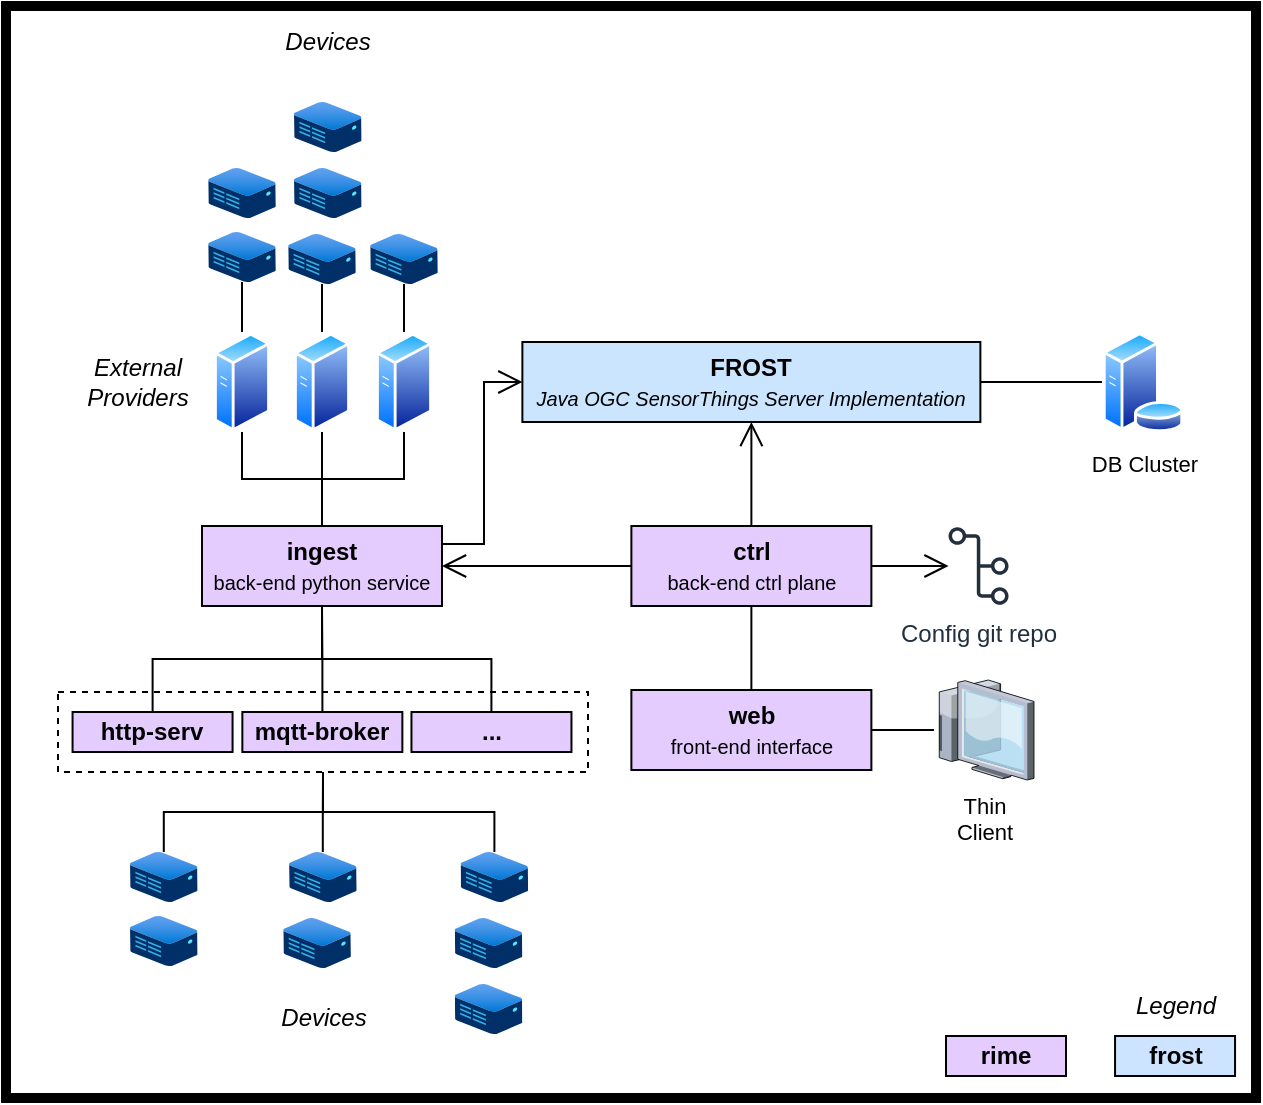
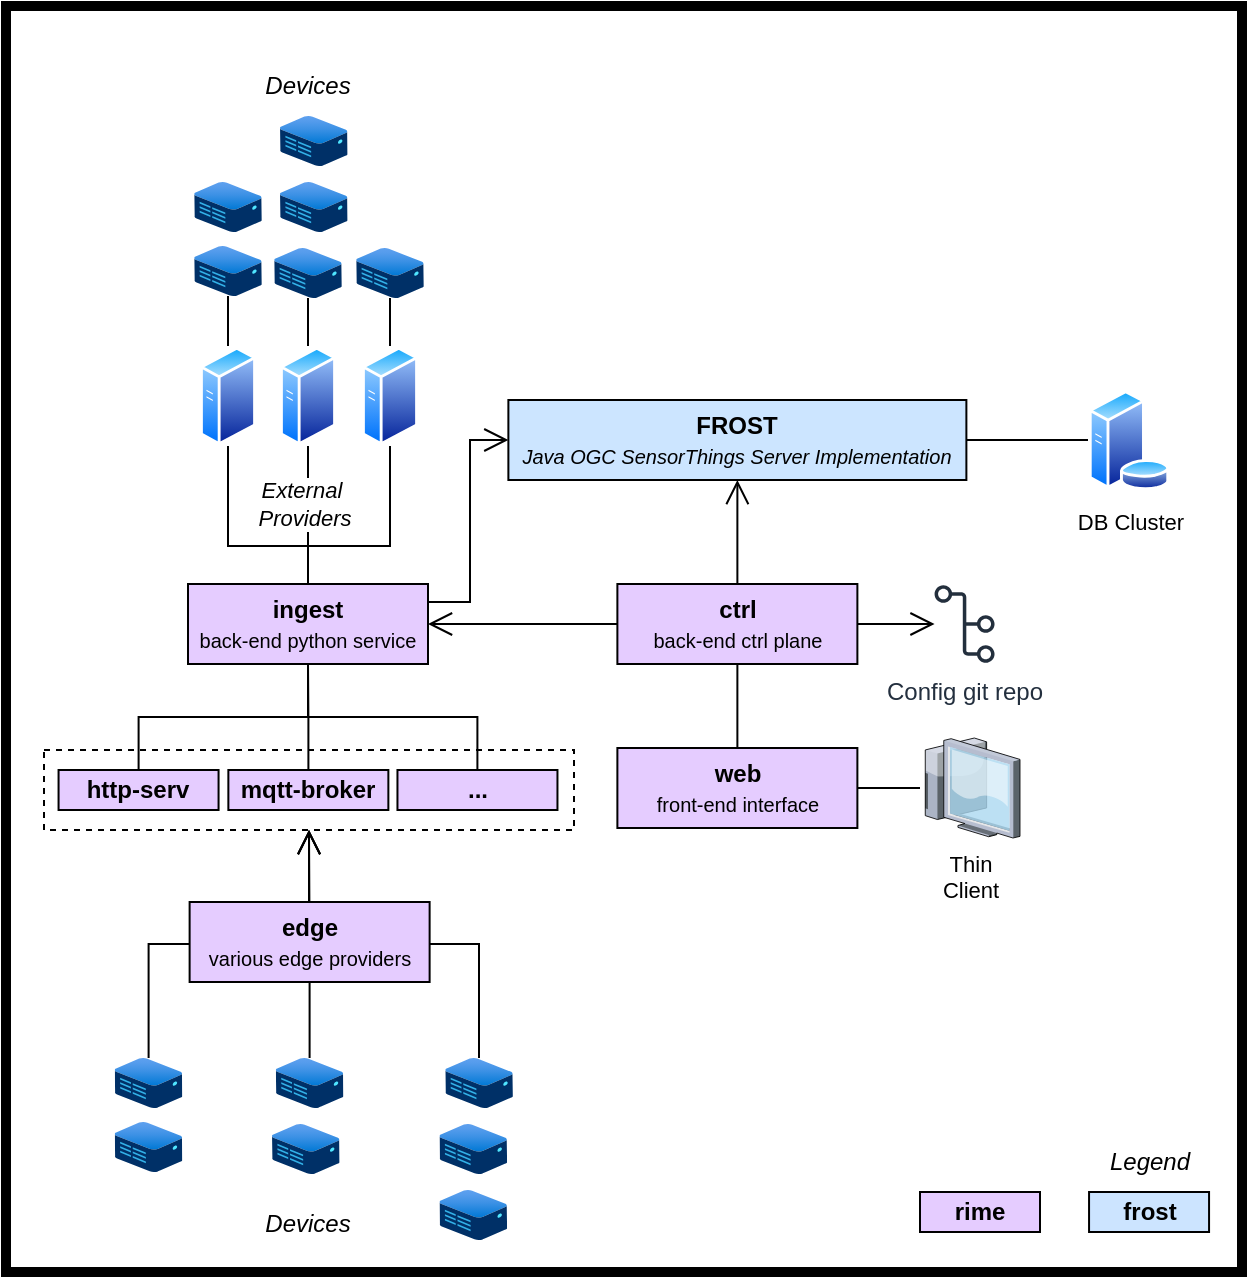
<mxfile host="app.diagrams.net" scale="0.8" border="0">
  <diagram name="Page-1" id="FRkBctHUCbk6sXNeOlSe">
-     <mxGraphModel dx="-1084" dy="790" grid="0" gridSize="10" guides="1" tooltips="1" connect="1" arrows="1" fold="1" page="1" pageScale="1" pageWidth="827" pageHeight="1169" background="none" math="0" shadow="0">
+     <mxGraphModel dx="-434" dy="830" grid="0" gridSize="10" guides="1" tooltips="1" connect="1" arrows="1" fold="1" page="1" pageScale="1" pageWidth="827" pageHeight="1169" background="none" math="0" shadow="0">
      <root>
        <mxCell id="0" />
        <mxCell id="1" parent="0" />
        <mxCell id="keiJSnuBvgFCZjrPXbeK-50" parent="1" style="rounded=0;whiteSpace=wrap;html=1;fillColor=none;strokeWidth=5;" value="" vertex="1">
-           <mxGeometry height="546" width="625" x="1758" y="308" as="geometry" />
+           <mxGeometry height="633" width="618" x="1765" y="279" as="geometry" />
        </mxCell>
-         <mxCell id="hl3P9jiqd4gxJIHttIGj-1" parent="1" style="text;html=1;whiteSpace=wrap;strokeColor=none;fillColor=none;align=center;verticalAlign=middle;rounded=0;" value="&lt;div&gt;&lt;i&gt;External&lt;/i&gt;&lt;/div&gt;&lt;i&gt;Providers&lt;/i&gt;" vertex="1">
-           <mxGeometry height="30" width="60" x="1793.81" y="481" as="geometry" />
+         <mxCell id="QvPYBkzNcv6HCqRQkvRc-7" edge="1" parent="1" source="hl3P9jiqd4gxJIHttIGj-2" style="edgeStyle=orthogonalEdgeStyle;rounded=0;orthogonalLoop=1;jettySize=auto;html=1;endArrow=none;endFill=0;" target="hl3P9jiqd4gxJIHttIGj-8">
+           <mxGeometry relative="1" as="geometry" />
        </mxCell>
-         <mxCell id="hl3P9jiqd4gxJIHttIGj-7" edge="1" parent="1" source="hl3P9jiqd4gxJIHttIGj-2" style="edgeStyle=orthogonalEdgeStyle;rounded=0;orthogonalLoop=1;jettySize=auto;html=1;endArrow=none;endFill=0;" target="hl3P9jiqd4gxJIHttIGj-8">
-           <mxGeometry relative="1" as="geometry">
-             <mxPoint x="1915.9999999999998" y="564" as="targetPoint" />
+         <mxCell id="QvPYBkzNcv6HCqRQkvRc-10" connectable="0" parent="QvPYBkzNcv6HCqRQkvRc-7" style="edgeLabel;html=1;align=center;verticalAlign=middle;resizable=0;points=[];labelBackgroundColor=default;" value="&lt;i&gt;External&amp;nbsp;&lt;/i&gt;&lt;div&gt;&lt;i&gt;Providers&lt;/i&gt;&lt;/div&gt;" vertex="1">
+           <mxGeometry relative="1" x="-0.4928" as="geometry">
+             <mxPoint x="-2" y="11" as="offset" />
          </mxGeometry>
        </mxCell>
        <mxCell id="hl3P9jiqd4gxJIHttIGj-2" parent="1" style="image;aspect=fixed;perimeter=ellipsePerimeter;html=1;align=center;shadow=0;dashed=0;spacingTop=3;image=img/lib/active_directory/generic_server.svg;" value="" vertex="1">
-           <mxGeometry height="50" width="28.000000000000004" x="1902" y="471" as="geometry" />
+           <mxGeometry height="50" width="28.000000000000004" x="1902" y="449" as="geometry" />
        </mxCell>
        <mxCell id="hl3P9jiqd4gxJIHttIGj-5" edge="1" parent="1" source="hl3P9jiqd4gxJIHttIGj-3" style="edgeStyle=orthogonalEdgeStyle;rounded=0;orthogonalLoop=1;jettySize=auto;html=1;endArrow=none;endFill=0;" target="hl3P9jiqd4gxJIHttIGj-2">
          <mxGeometry relative="1" as="geometry" />
        </mxCell>
        <mxCell id="hl3P9jiqd4gxJIHttIGj-3" parent="1" style="image;aspect=fixed;html=1;points=[];align=center;fontSize=12;image=img/lib/azure2/other/Defender_Sensor.svg;" value="" vertex="1">
-           <mxGeometry height="25" width="33.81" x="1899.1" y="422" as="geometry" />
+           <mxGeometry height="25" width="33.81" x="1899.1" y="400" as="geometry" />
        </mxCell>
        <mxCell id="hl3P9jiqd4gxJIHttIGj-4" parent="1" style="text;html=1;whiteSpace=wrap;strokeColor=none;fillColor=none;align=center;verticalAlign=middle;rounded=0;" value="&lt;i&gt;Devices&lt;/i&gt;" vertex="1">
-           <mxGeometry height="30" width="60" x="1888.91" y="311" as="geometry" />
+           <mxGeometry height="30" width="60" x="1886" y="304" as="geometry" />
        </mxCell>
        <mxCell id="hl3P9jiqd4gxJIHttIGj-10" edge="1" parent="1" source="hl3P9jiqd4gxJIHttIGj-8" style="edgeStyle=orthogonalEdgeStyle;rounded=0;orthogonalLoop=1;jettySize=auto;html=1;endArrow=open;endFill=0;endSize=10;" target="hl3P9jiqd4gxJIHttIGj-9">
          <mxGeometry relative="1" as="geometry">
            <Array as="points">
              <mxPoint x="1997" y="577" />
              <mxPoint x="1997" y="496" />
            </Array>
          </mxGeometry>
        </mxCell>
        <mxCell id="hl3P9jiqd4gxJIHttIGj-8" parent="1" style="rounded=0;whiteSpace=wrap;html=1;fillColor=#E5CCFF;" value="&lt;b&gt;ingest&lt;/b&gt;&lt;div&gt;&lt;font size=&quot;1&quot;&gt;back-end python service&lt;/font&gt;&lt;/div&gt;" vertex="1">
          <mxGeometry height="40" width="120" x="1856" y="568" as="geometry" />
        </mxCell>
        <mxCell id="keiJSnuBvgFCZjrPXbeK-42" edge="1" parent="1" source="hl3P9jiqd4gxJIHttIGj-9" style="edgeStyle=orthogonalEdgeStyle;shape=connector;rounded=0;orthogonalLoop=1;jettySize=auto;html=1;strokeColor=default;align=center;verticalAlign=middle;fontFamily=Helvetica;fontSize=11;fontColor=default;labelBackgroundColor=default;endArrow=none;endFill=0;" target="keiJSnuBvgFCZjrPXbeK-41">
          <mxGeometry relative="1" as="geometry" />
        </mxCell>
        <mxCell id="hl3P9jiqd4gxJIHttIGj-9" parent="1" style="rounded=0;whiteSpace=wrap;html=1;fillColor=#CCE5FF;" value="&lt;b&gt;FROST&lt;/b&gt;&lt;div&gt;&lt;font size=&quot;1&quot;&gt;&lt;i&gt;Java OGC SensorThings Server Implementation&lt;/i&gt;&lt;/font&gt;&lt;/div&gt;" vertex="1">
          <mxGeometry height="40" width="229" x="2016.19" y="476" as="geometry" />
        </mxCell>
-         <mxCell id="keiJSnuBvgFCZjrPXbeK-12" edge="1" parent="1" source="keiJSnuBvgFCZjrPXbeK-1" style="edgeStyle=orthogonalEdgeStyle;shape=connector;rounded=0;orthogonalLoop=1;jettySize=auto;html=1;strokeColor=default;align=center;verticalAlign=middle;fontFamily=Helvetica;fontSize=11;fontColor=default;labelBackgroundColor=default;endArrow=none;endFill=0;" target="hl3P9jiqd4gxJIHttIGj-8">
-           <mxGeometry relative="1" as="geometry" />
+         <mxCell id="QvPYBkzNcv6HCqRQkvRc-8" edge="1" parent="1" source="keiJSnuBvgFCZjrPXbeK-1" style="edgeStyle=orthogonalEdgeStyle;rounded=0;orthogonalLoop=1;jettySize=auto;html=1;endArrow=none;endFill=0;" target="hl3P9jiqd4gxJIHttIGj-8">
+           <mxGeometry relative="1" as="geometry">
+             <Array as="points">
+               <mxPoint x="1876" y="549" />
+               <mxPoint x="1916" y="549" />
+             </Array>
+           </mxGeometry>
        </mxCell>
        <mxCell id="keiJSnuBvgFCZjrPXbeK-1" parent="1" style="image;aspect=fixed;perimeter=ellipsePerimeter;html=1;align=center;shadow=0;dashed=0;spacingTop=3;image=img/lib/active_directory/generic_server.svg;" value="" vertex="1">
-           <mxGeometry height="50" width="28.000000000000004" x="1862" y="471" as="geometry" />
+           <mxGeometry height="50" width="28.000000000000004" x="1862" y="449" as="geometry" />
        </mxCell>
        <mxCell id="keiJSnuBvgFCZjrPXbeK-11" edge="1" parent="1" source="keiJSnuBvgFCZjrPXbeK-2" style="edgeStyle=orthogonalEdgeStyle;shape=connector;rounded=0;orthogonalLoop=1;jettySize=auto;html=1;strokeColor=default;align=center;verticalAlign=middle;fontFamily=Helvetica;fontSize=11;fontColor=default;labelBackgroundColor=default;endArrow=none;endFill=0;" target="keiJSnuBvgFCZjrPXbeK-8">
          <mxGeometry relative="1" as="geometry" />
        </mxCell>
-         <mxCell id="keiJSnuBvgFCZjrPXbeK-13" edge="1" parent="1" source="keiJSnuBvgFCZjrPXbeK-2" style="edgeStyle=orthogonalEdgeStyle;shape=connector;rounded=0;orthogonalLoop=1;jettySize=auto;html=1;strokeColor=default;align=center;verticalAlign=middle;fontFamily=Helvetica;fontSize=11;fontColor=default;labelBackgroundColor=default;endArrow=none;endFill=0;" target="hl3P9jiqd4gxJIHttIGj-8">
-           <mxGeometry relative="1" as="geometry" />
+         <mxCell id="QvPYBkzNcv6HCqRQkvRc-9" edge="1" parent="1" source="keiJSnuBvgFCZjrPXbeK-2" style="edgeStyle=orthogonalEdgeStyle;rounded=0;orthogonalLoop=1;jettySize=auto;html=1;endArrow=none;endFill=0;" target="hl3P9jiqd4gxJIHttIGj-8">
+           <mxGeometry relative="1" as="geometry">
+             <Array as="points">
+               <mxPoint x="1957" y="549" />
+               <mxPoint x="1916" y="549" />
+             </Array>
+           </mxGeometry>
        </mxCell>
        <mxCell id="keiJSnuBvgFCZjrPXbeK-2" parent="1" style="image;aspect=fixed;perimeter=ellipsePerimeter;html=1;align=center;shadow=0;dashed=0;spacingTop=3;image=img/lib/active_directory/generic_server.svg;" value="" vertex="1">
-           <mxGeometry height="50" width="28.000000000000004" x="1943" y="471" as="geometry" />
+           <mxGeometry height="50" width="28.000000000000004" x="1943" y="449" as="geometry" />
        </mxCell>
        <mxCell id="keiJSnuBvgFCZjrPXbeK-3" parent="1" style="image;aspect=fixed;html=1;points=[];align=center;fontSize=12;image=img/lib/azure2/other/Defender_Sensor.svg;" value="" vertex="1">
-           <mxGeometry height="25" width="33.81" x="1902" y="389" as="geometry" />
+           <mxGeometry height="25" width="33.81" x="1902" y="367" as="geometry" />
        </mxCell>
        <mxCell id="keiJSnuBvgFCZjrPXbeK-4" parent="1" style="image;aspect=fixed;html=1;points=[];align=center;fontSize=12;image=img/lib/azure2/other/Defender_Sensor.svg;" value="" vertex="1">
-           <mxGeometry height="25" width="33.81" x="1902" y="356" as="geometry" />
+           <mxGeometry height="25" width="33.81" x="1902" y="334" as="geometry" />
        </mxCell>
        <mxCell id="keiJSnuBvgFCZjrPXbeK-6" edge="1" parent="1" source="keiJSnuBvgFCZjrPXbeK-5" style="edgeStyle=orthogonalEdgeStyle;rounded=0;orthogonalLoop=1;jettySize=auto;html=1;endArrow=none;endFill=0;" target="keiJSnuBvgFCZjrPXbeK-1">
          <mxGeometry relative="1" as="geometry" />
        </mxCell>
        <mxCell id="keiJSnuBvgFCZjrPXbeK-5" parent="1" style="image;aspect=fixed;html=1;points=[];align=center;fontSize=12;image=img/lib/azure2/other/Defender_Sensor.svg;" value="" vertex="1">
-           <mxGeometry height="25" width="33.81" x="1859.1" y="421" as="geometry" />
+           <mxGeometry height="25" width="33.81" x="1859.1" y="399" as="geometry" />
        </mxCell>
        <mxCell id="keiJSnuBvgFCZjrPXbeK-7" parent="1" style="image;aspect=fixed;html=1;points=[];align=center;fontSize=12;image=img/lib/azure2/other/Defender_Sensor.svg;" value="" vertex="1">
-           <mxGeometry height="25" width="33.81" x="1859.1" y="389" as="geometry" />
+           <mxGeometry height="25" width="33.81" x="1859.1" y="367" as="geometry" />
        </mxCell>
        <mxCell id="keiJSnuBvgFCZjrPXbeK-8" parent="1" style="image;aspect=fixed;html=1;points=[];align=center;fontSize=12;image=img/lib/azure2/other/Defender_Sensor.svg;" value="" vertex="1">
-           <mxGeometry height="25" width="33.81" x="1940.1" y="422" as="geometry" />
+           <mxGeometry height="25" width="33.81" x="1940.1" y="400" as="geometry" />
        </mxCell>
        <mxCell id="keiJSnuBvgFCZjrPXbeK-37" edge="1" parent="1" source="keiJSnuBvgFCZjrPXbeK-14" style="edgeStyle=orthogonalEdgeStyle;shape=connector;rounded=0;orthogonalLoop=1;jettySize=auto;html=1;strokeColor=default;align=center;verticalAlign=middle;fontFamily=Helvetica;fontSize=11;fontColor=default;labelBackgroundColor=default;endArrow=open;endFill=0;endSize=10;" target="hl3P9jiqd4gxJIHttIGj-8">
          <mxGeometry relative="1" as="geometry" />
        </mxCell>
        <mxCell id="keiJSnuBvgFCZjrPXbeK-38" edge="1" parent="1" source="keiJSnuBvgFCZjrPXbeK-14" style="edgeStyle=orthogonalEdgeStyle;shape=connector;rounded=0;orthogonalLoop=1;jettySize=auto;html=1;strokeColor=default;align=center;verticalAlign=middle;fontFamily=Helvetica;fontSize=11;fontColor=default;labelBackgroundColor=default;endArrow=none;endFill=0;" target="keiJSnuBvgFCZjrPXbeK-36">
          <mxGeometry relative="1" as="geometry" />
        </mxCell>
        <mxCell id="keiJSnuBvgFCZjrPXbeK-39" edge="1" parent="1" source="keiJSnuBvgFCZjrPXbeK-14" style="edgeStyle=orthogonalEdgeStyle;shape=connector;rounded=0;orthogonalLoop=1;jettySize=auto;html=1;strokeColor=default;align=center;verticalAlign=middle;fontFamily=Helvetica;fontSize=11;fontColor=default;labelBackgroundColor=default;endArrow=open;endFill=0;endSize=10;" target="hl3P9jiqd4gxJIHttIGj-9">
          <mxGeometry relative="1" as="geometry" />
        </mxCell>
        <mxCell id="keiJSnuBvgFCZjrPXbeK-53" edge="1" parent="1" source="keiJSnuBvgFCZjrPXbeK-14" style="edgeStyle=orthogonalEdgeStyle;shape=connector;rounded=0;orthogonalLoop=1;jettySize=auto;html=1;strokeColor=default;align=center;verticalAlign=middle;fontFamily=Helvetica;fontSize=11;fontColor=default;labelBackgroundColor=default;endArrow=open;endFill=0;endSize=10;" target="keiJSnuBvgFCZjrPXbeK-52">
          <mxGeometry relative="1" as="geometry" />
        </mxCell>
        <mxCell id="keiJSnuBvgFCZjrPXbeK-14" parent="1" style="rounded=0;whiteSpace=wrap;html=1;fillColor=#E5CCFF;" value="&lt;b&gt;ctrl&lt;/b&gt;&lt;div&gt;&lt;font size=&quot;1&quot;&gt;back-end ctrl plane&lt;/font&gt;&lt;/div&gt;" vertex="1">
          <mxGeometry height="40" width="120" x="2070.69" y="568" as="geometry" />
        </mxCell>
        <mxCell id="keiJSnuBvgFCZjrPXbeK-20" edge="1" parent="1" source="keiJSnuBvgFCZjrPXbeK-16" style="edgeStyle=orthogonalEdgeStyle;shape=connector;rounded=0;orthogonalLoop=1;jettySize=auto;html=1;strokeColor=default;align=center;verticalAlign=middle;fontFamily=Helvetica;fontSize=11;fontColor=default;labelBackgroundColor=default;endArrow=none;endFill=0;" target="hl3P9jiqd4gxJIHttIGj-8">
          <mxGeometry relative="1" as="geometry" />
        </mxCell>
        <mxCell id="keiJSnuBvgFCZjrPXbeK-16" parent="1" style="rounded=0;whiteSpace=wrap;html=1;fillColor=#E5CCFF;" value="&lt;div&gt;&lt;b&gt;http-serv&lt;/b&gt;&lt;/div&gt;" vertex="1">
          <mxGeometry height="20" width="80" x="1791.28" y="661" as="geometry" />
        </mxCell>
        <mxCell id="keiJSnuBvgFCZjrPXbeK-21" edge="1" parent="1" source="keiJSnuBvgFCZjrPXbeK-18" style="edgeStyle=orthogonalEdgeStyle;shape=connector;rounded=0;orthogonalLoop=1;jettySize=auto;html=1;strokeColor=default;align=center;verticalAlign=middle;fontFamily=Helvetica;fontSize=11;fontColor=default;labelBackgroundColor=default;endArrow=none;endFill=0;" target="hl3P9jiqd4gxJIHttIGj-8">
          <mxGeometry relative="1" as="geometry" />
        </mxCell>
        <mxCell id="keiJSnuBvgFCZjrPXbeK-18" parent="1" style="rounded=0;whiteSpace=wrap;html=1;fillColor=#E5CCFF;" value="&lt;div&gt;&lt;b&gt;mqtt-broker&lt;/b&gt;&lt;/div&gt;" vertex="1">
          <mxGeometry height="20" width="80" x="1876.18" y="661" as="geometry" />
        </mxCell>
        <mxCell id="keiJSnuBvgFCZjrPXbeK-23" edge="1" parent="1" source="keiJSnuBvgFCZjrPXbeK-22" style="edgeStyle=orthogonalEdgeStyle;shape=connector;rounded=0;orthogonalLoop=1;jettySize=auto;html=1;strokeColor=default;align=center;verticalAlign=middle;fontFamily=Helvetica;fontSize=11;fontColor=default;labelBackgroundColor=default;endArrow=none;endFill=0;" target="hl3P9jiqd4gxJIHttIGj-8">
          <mxGeometry relative="1" as="geometry" />
        </mxCell>
        <mxCell id="keiJSnuBvgFCZjrPXbeK-22" parent="1" style="rounded=0;whiteSpace=wrap;html=1;fillColor=#E5CCFF;" value="&lt;div&gt;&lt;b&gt;...&lt;/b&gt;&lt;/div&gt;" vertex="1">
          <mxGeometry height="20" width="80" x="1960.73" y="661" as="geometry" />
        </mxCell>
        <mxCell id="keiJSnuBvgFCZjrPXbeK-24" parent="1" style="image;aspect=fixed;html=1;points=[];align=center;fontSize=12;image=img/lib/azure2/other/Defender_Sensor.svg;" value="" vertex="1">
-           <mxGeometry height="25" width="33.81" x="1896.64" y="764" as="geometry" />
+           <mxGeometry height="25" width="33.81" x="1898" y="838" as="geometry" />
        </mxCell>
-         <mxCell id="keiJSnuBvgFCZjrPXbeK-34" edge="1" parent="1" source="keiJSnuBvgFCZjrPXbeK-25" style="edgeStyle=orthogonalEdgeStyle;shape=connector;rounded=0;orthogonalLoop=1;jettySize=auto;html=1;strokeColor=default;align=center;verticalAlign=middle;fontFamily=Helvetica;fontSize=11;fontColor=default;labelBackgroundColor=default;endArrow=none;endFill=0;" target="keiJSnuBvgFCZjrPXbeK-28">
+         <mxCell id="QvPYBkzNcv6HCqRQkvRc-13" edge="1" parent="1" source="keiJSnuBvgFCZjrPXbeK-25" style="edgeStyle=orthogonalEdgeStyle;shape=connector;rounded=0;orthogonalLoop=1;jettySize=auto;html=1;strokeColor=default;align=center;verticalAlign=middle;fontFamily=Helvetica;fontSize=11;fontColor=default;labelBackgroundColor=default;endArrow=open;endFill=0;endSize=10;" target="keiJSnuBvgFCZjrPXbeK-28">
          <mxGeometry relative="1" as="geometry" />
        </mxCell>
        <mxCell id="keiJSnuBvgFCZjrPXbeK-25" parent="1" style="image;aspect=fixed;html=1;points=[];align=center;fontSize=12;image=img/lib/azure2/other/Defender_Sensor.svg;" value="" vertex="1">
-           <mxGeometry height="25" width="33.81" x="1899.5400000000002" y="731" as="geometry" />
+           <mxGeometry height="25" width="33.81" x="1899.9" y="805" as="geometry" />
        </mxCell>
        <mxCell id="keiJSnuBvgFCZjrPXbeK-26" parent="1" style="image;aspect=fixed;html=1;points=[];align=center;fontSize=12;image=img/lib/azure2/other/Defender_Sensor.svg;" value="" vertex="1">
-           <mxGeometry height="25" width="33.81" x="1820" y="763" as="geometry" />
+           <mxGeometry height="25" width="33.81" x="1819.36" y="837" as="geometry" />
        </mxCell>
-         <mxCell id="keiJSnuBvgFCZjrPXbeK-33" edge="1" parent="1" source="keiJSnuBvgFCZjrPXbeK-27" style="edgeStyle=orthogonalEdgeStyle;shape=connector;rounded=0;orthogonalLoop=1;jettySize=auto;html=1;strokeColor=default;align=center;verticalAlign=middle;fontFamily=Helvetica;fontSize=11;fontColor=default;labelBackgroundColor=default;endArrow=none;endFill=0;" target="keiJSnuBvgFCZjrPXbeK-28">
+         <mxCell id="QvPYBkzNcv6HCqRQkvRc-12" edge="1" parent="1" source="keiJSnuBvgFCZjrPXbeK-27" style="edgeStyle=orthogonalEdgeStyle;shape=connector;rounded=0;orthogonalLoop=1;jettySize=auto;html=1;strokeColor=default;align=center;verticalAlign=middle;fontFamily=Helvetica;fontSize=11;fontColor=default;labelBackgroundColor=default;endArrow=open;endFill=0;endSize=10;" target="keiJSnuBvgFCZjrPXbeK-28">
          <mxGeometry relative="1" as="geometry" />
        </mxCell>
        <mxCell id="keiJSnuBvgFCZjrPXbeK-27" parent="1" style="image;aspect=fixed;html=1;points=[];align=center;fontSize=12;image=img/lib/azure2/other/Defender_Sensor.svg;" value="" vertex="1">
-           <mxGeometry height="25" width="33.81" x="1820" y="731" as="geometry" />
+           <mxGeometry height="25" width="33.81" x="1819.36" y="805" as="geometry" />
        </mxCell>
        <mxCell id="keiJSnuBvgFCZjrPXbeK-28" parent="1" style="rounded=0;whiteSpace=wrap;html=1;fillColor=none;dashed=1;" value="" vertex="1">
          <mxGeometry height="40" width="265" x="1784" y="651" as="geometry" />
        </mxCell>
        <mxCell id="keiJSnuBvgFCZjrPXbeK-30" parent="1" style="image;aspect=fixed;html=1;points=[];align=center;fontSize=12;image=img/lib/azure2/other/Defender_Sensor.svg;" value="" vertex="1">
-           <mxGeometry height="25" width="33.81" x="1982.38" y="764" as="geometry" />
+           <mxGeometry height="25" width="33.81" x="1981.74" y="838" as="geometry" />
        </mxCell>
-         <mxCell id="keiJSnuBvgFCZjrPXbeK-35" edge="1" parent="1" source="keiJSnuBvgFCZjrPXbeK-31" style="edgeStyle=orthogonalEdgeStyle;shape=connector;rounded=0;orthogonalLoop=1;jettySize=auto;html=1;strokeColor=default;align=center;verticalAlign=middle;fontFamily=Helvetica;fontSize=11;fontColor=default;labelBackgroundColor=default;endArrow=none;endFill=0;" target="keiJSnuBvgFCZjrPXbeK-28">
+         <mxCell id="QvPYBkzNcv6HCqRQkvRc-14" edge="1" parent="1" source="keiJSnuBvgFCZjrPXbeK-31" style="edgeStyle=orthogonalEdgeStyle;shape=connector;rounded=0;orthogonalLoop=1;jettySize=auto;html=1;strokeColor=default;align=center;verticalAlign=middle;fontFamily=Helvetica;fontSize=11;fontColor=default;labelBackgroundColor=default;endArrow=open;endFill=0;endSize=10;" target="keiJSnuBvgFCZjrPXbeK-28">
          <mxGeometry relative="1" as="geometry" />
        </mxCell>
        <mxCell id="keiJSnuBvgFCZjrPXbeK-31" parent="1" style="image;aspect=fixed;html=1;points=[];align=center;fontSize=12;image=img/lib/azure2/other/Defender_Sensor.svg;" value="" vertex="1">
-           <mxGeometry height="25" width="33.81" x="1985.2800000000002" y="731" as="geometry" />
+           <mxGeometry height="25" width="33.81" x="1984.64" y="805" as="geometry" />
        </mxCell>
        <mxCell id="keiJSnuBvgFCZjrPXbeK-32" parent="1" style="image;aspect=fixed;html=1;points=[];align=center;fontSize=12;image=img/lib/azure2/other/Defender_Sensor.svg;" value="" vertex="1">
-           <mxGeometry height="25" width="33.81" x="1982.38" y="797" as="geometry" />
+           <mxGeometry height="25" width="33.81" x="1981.74" y="871" as="geometry" />
        </mxCell>
        <mxCell id="keiJSnuBvgFCZjrPXbeK-36" parent="1" style="rounded=0;whiteSpace=wrap;html=1;fillColor=#E5CCFF;fillStyle=auto;gradientColor=none;" value="&lt;div&gt;&lt;b&gt;web&lt;/b&gt;&lt;/div&gt;&lt;div&gt;&lt;font size=&quot;1&quot;&gt;front-end interface&lt;/font&gt;&lt;/div&gt;" vertex="1">
          <mxGeometry height="40" width="120" x="2070.69" y="650" as="geometry" />
        </mxCell>
        <mxCell id="keiJSnuBvgFCZjrPXbeK-41" parent="1" style="image;aspect=fixed;perimeter=ellipsePerimeter;html=1;align=center;shadow=0;dashed=0;spacingTop=3;image=img/lib/active_directory/database_server.svg;fontFamily=Helvetica;fontSize=11;fontColor=default;labelBackgroundColor=default;" value="DB Cluster" vertex="1">
          <mxGeometry height="50" width="41" x="2306" y="471" as="geometry" />
        </mxCell>
        <mxCell id="keiJSnuBvgFCZjrPXbeK-44" edge="1" parent="1" source="keiJSnuBvgFCZjrPXbeK-43" style="edgeStyle=orthogonalEdgeStyle;shape=connector;rounded=0;orthogonalLoop=1;jettySize=auto;html=1;strokeColor=default;align=center;verticalAlign=middle;fontFamily=Helvetica;fontSize=11;fontColor=default;labelBackgroundColor=default;endArrow=none;endFill=0;" target="keiJSnuBvgFCZjrPXbeK-36">
          <mxGeometry relative="1" as="geometry" />
        </mxCell>
        <mxCell id="keiJSnuBvgFCZjrPXbeK-43" parent="1" style="verticalLabelPosition=bottom;sketch=0;aspect=fixed;html=1;verticalAlign=top;strokeColor=none;align=center;outlineConnect=0;shape=mxgraph.citrix.thin_client;fontFamily=Helvetica;fontSize=11;fontColor=default;labelBackgroundColor=default;" value="Thin&lt;div&gt;Client&lt;/div&gt;" vertex="1">
          <mxGeometry height="50" width="50" x="2222" y="645" as="geometry" />
        </mxCell>
        <mxCell id="keiJSnuBvgFCZjrPXbeK-45" parent="1" style="text;html=1;whiteSpace=wrap;strokeColor=none;fillColor=none;align=center;verticalAlign=middle;rounded=0;" value="&lt;i&gt;Devices&lt;/i&gt;" vertex="1">
-           <mxGeometry height="30" width="60" x="1886.5" y="799" as="geometry" />
+           <mxGeometry height="30" width="60" x="1885.86" y="873" as="geometry" />
        </mxCell>
        <mxCell id="keiJSnuBvgFCZjrPXbeK-47" parent="1" style="rounded=0;whiteSpace=wrap;html=1;fillColor=#E5CCFF;" value="&lt;b&gt;rime&lt;/b&gt;" vertex="1">
-           <mxGeometry height="20" width="60" x="2227.9999999999995" y="823" as="geometry" />
+           <mxGeometry height="20" width="60" x="2221.9999999999995" y="872" as="geometry" />
        </mxCell>
        <mxCell id="keiJSnuBvgFCZjrPXbeK-48" parent="1" style="rounded=0;whiteSpace=wrap;html=1;fillColor=#CCE4FF;" value="&lt;b&gt;frost&lt;/b&gt;" vertex="1">
-           <mxGeometry height="20" width="60" x="2312.5299999999997" y="823" as="geometry" />
+           <mxGeometry height="20" width="60" x="2306.5299999999997" y="872" as="geometry" />
        </mxCell>
        <mxCell id="keiJSnuBvgFCZjrPXbeK-49" parent="1" style="text;html=1;whiteSpace=wrap;strokeColor=none;fillColor=none;align=center;verticalAlign=middle;rounded=0;" value="&lt;i&gt;Legend&lt;/i&gt;" vertex="1">
-           <mxGeometry height="30" width="60" x="2312.5299999999997" y="793" as="geometry" />
+           <mxGeometry height="30" width="60" x="2306.5299999999997" y="842" as="geometry" />
        </mxCell>
        <mxCell id="keiJSnuBvgFCZjrPXbeK-52" parent="1" style="sketch=0;outlineConnect=0;fontColor=#232F3E;gradientColor=none;fillColor=#232F3D;strokeColor=none;dashed=0;verticalLabelPosition=bottom;verticalAlign=top;align=center;html=1;fontSize=12;fontStyle=0;aspect=fixed;pointerEvents=1;shape=mxgraph.aws4.git_repository;fontFamily=Helvetica;labelBackgroundColor=default;" value="Config git repo" vertex="1">
          <mxGeometry height="39" width="30" x="2229.28" y="568.5" as="geometry" />
+         </mxCell>
+         <mxCell id="QvPYBkzNcv6HCqRQkvRc-1" parent="1" style="rounded=0;whiteSpace=wrap;html=1;fillColor=#E5CCFF;" value="&lt;b&gt;edge&lt;/b&gt;&lt;div&gt;&lt;font size=&quot;1&quot;&gt;various edge providers&lt;/font&gt;&lt;/div&gt;" vertex="1">
+           <mxGeometry height="40" width="120" x="1856.81" y="727" as="geometry" />
        </mxCell>
      </root>
    </mxGraphModel>
  </diagram>
</mxfile>
